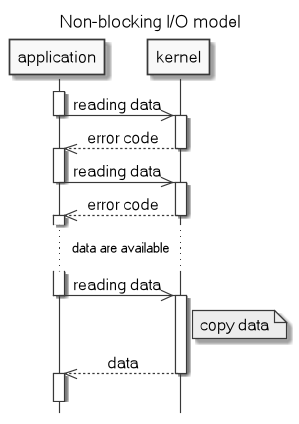
This is .images/non_blocking_IO_model.png from c0p4c4b4n4/demo-sockets-io-nio-nio2, a PlantUML export, as it was before one commit.
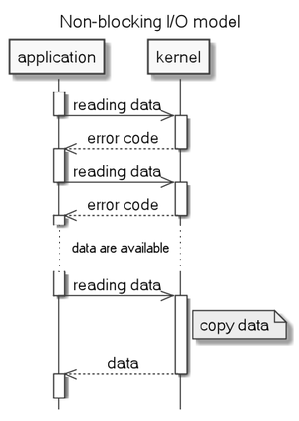
After the commit.

Diff of the diagram source:
```diff
@@ -1,4 +1,5 @@
 @startuml
+scale 1.2
 title Non-blocking I/O model
 hide footbox
 skinparam monochrome true
@@ -31,5 +32,5 @@
 deactivate kernel
 activate application
 
-||15||
+||12||
 @enduml
```
